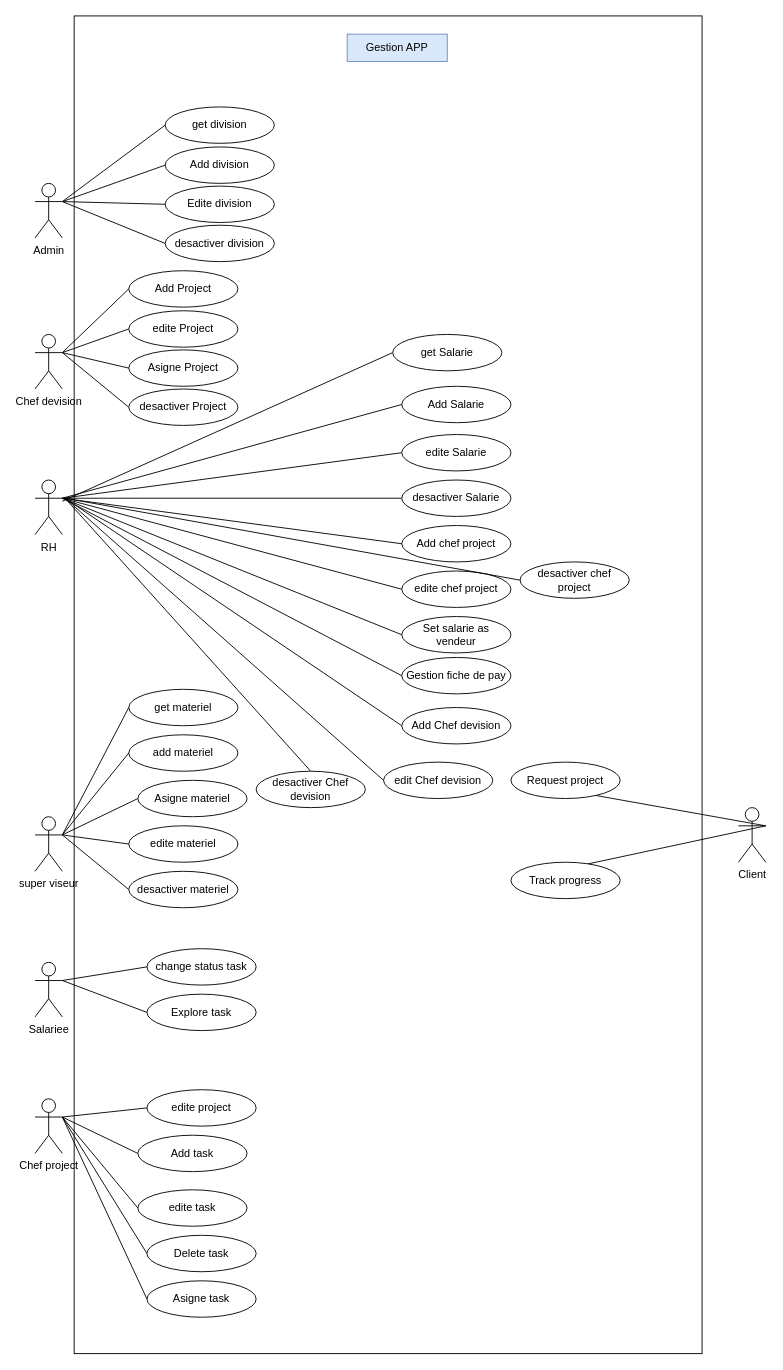
The draw.io diagram use case Diagramme .drawio in ZroudAbdelilah/Intelcia_Group, before the edit. Source tidied: cells renumbered, new cells numbered last; positions are measured from the earlier drawing's top-left corner, leaving out a move shared by most shapes. Both pictures are drawn from the tidied source at 91%, with x=0, y=0 at pixel (35, 15).
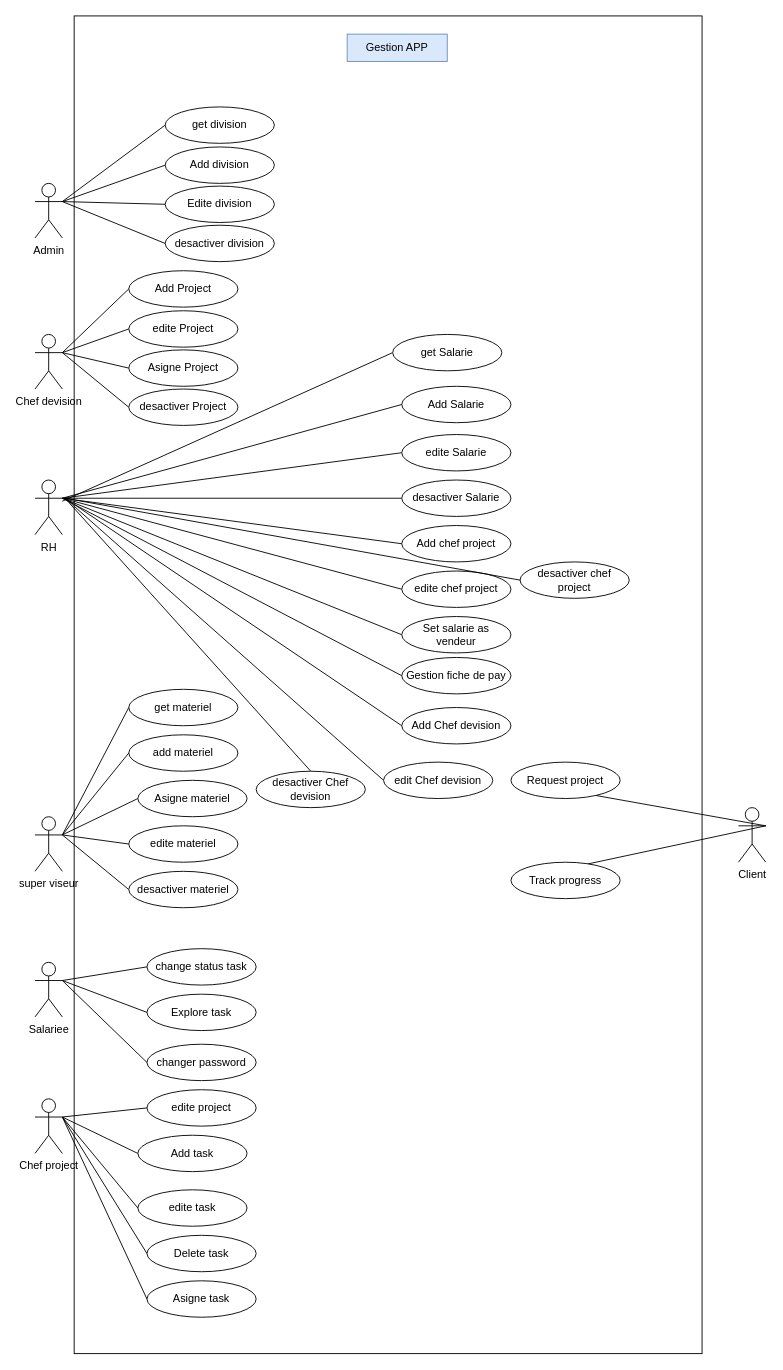
The same diagram, later.

Commit message (it also covers changes not shown here):
modification diagramme class

Unchanged cells that the change refers to:
```xml
<mxCell id="28" value="Salariee" style="shape=umlActor;verticalLabelPosition=bottom;verticalAlign=top;html=1;outlineConnect=0;" parent="1" vertex="1">
  <mxGeometry y="1040" width="30" height="60" as="geometry" />
</mxCell>
```

What changed in the source:
```diff
@@
+    <mxCell id="80" value="changer password" style="ellipse;whiteSpace=wrap;html=1;" parent="1" vertex="1">
+      <mxGeometry x="123" y="1130" width="120" height="40" as="geometry" />
+    </mxCell>
+    <mxCell id="81" style="edgeStyle=none;rounded=0;jettySize=auto;html=1;exitX=1;exitY=0.3333333333333333;exitDx=0;exitDy=0;exitPerimeter=0;entryX=0;entryY=0.5;entryDx=0;entryDy=0;endArrow=none;endFill=0;" parent="1" edge="1" source="28" target="80">
+      <mxGeometry relative="1" as="geometry" />
+    </mxCell>
```
